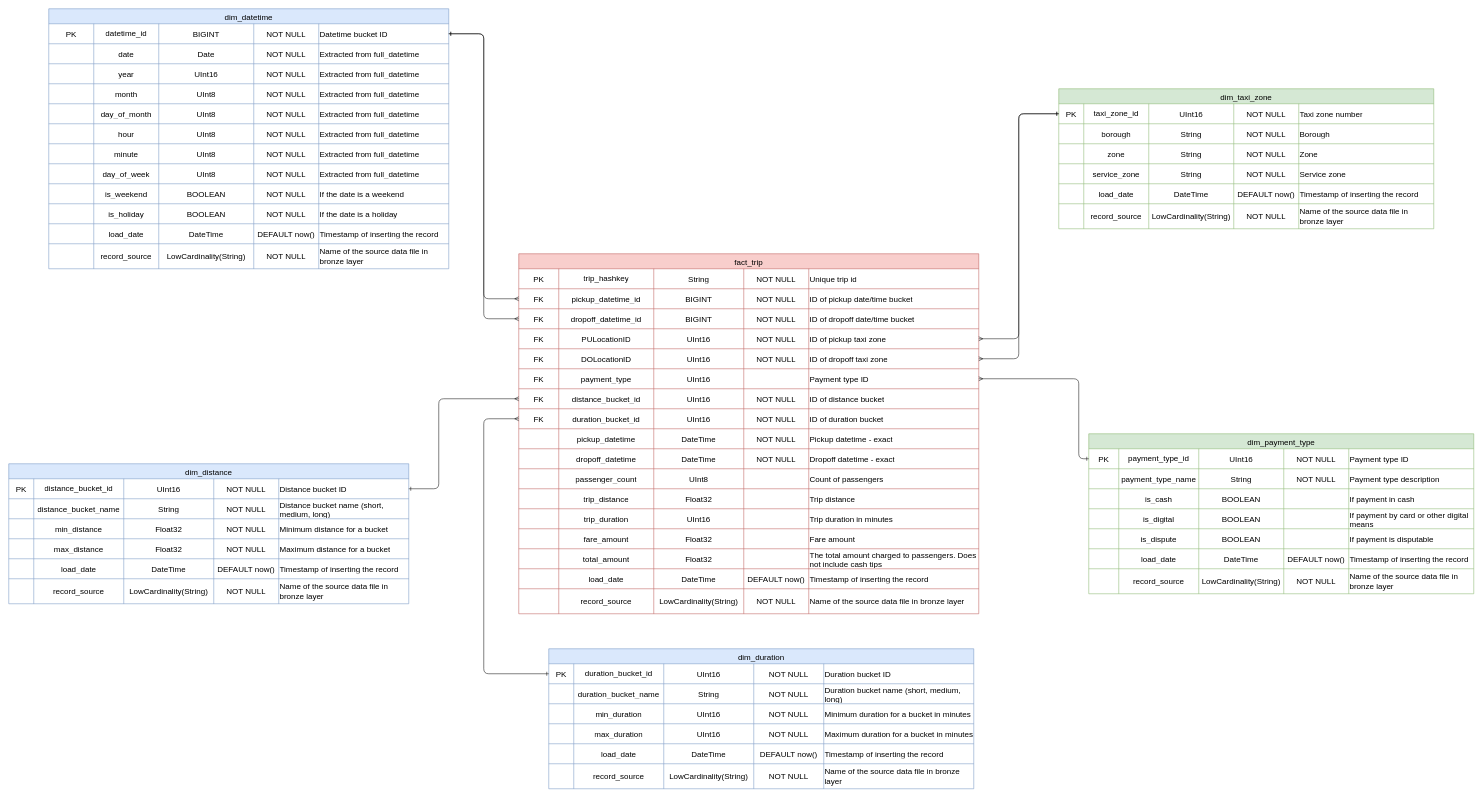
Earlier version of the draw.io diagram docs/Golden layer schema.drawio (gorenoyd/data-engineer-final). Source tidied: cells renumbered, new cells numbered last; positions are measured from the earlier drawing's top-left corner, leaving out a move shared by most shapes. Both pictures are drawn from the tidied source at 50%, with x=0, y=0 at pixel (8, 8).
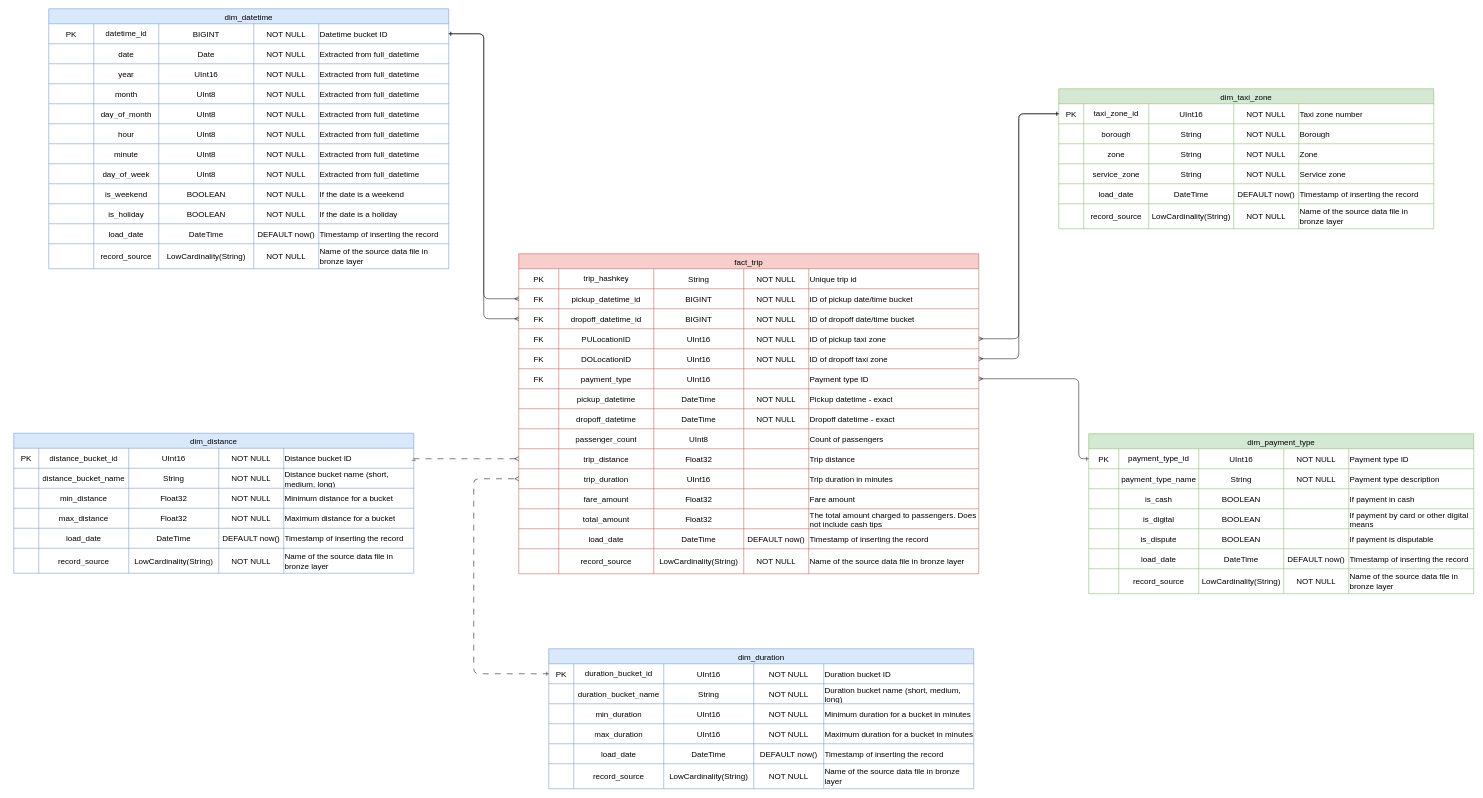
The same diagram, later.

Unchanged cells that the change refers to:
```xml
<mxCell id="186" style="shape=tableRow;horizontal=0;startSize=0;swimlaneHead=0;swimlaneBody=0;strokeColor=inherit;top=0;left=0;bottom=0;right=0;fillColor=none;points=[[0,0.5],[1,0.5]];portConstraint=eastwest;fontSize=16;" parent="185" vertex="1">
  <mxGeometry y="30" width="800" height="40" as="geometry" />
</mxCell>
<mxCell id="223" style="shape=tableRow;horizontal=0;startSize=0;swimlaneHead=0;swimlaneBody=0;strokeColor=inherit;top=0;left=0;bottom=0;right=0;fillColor=none;points=[[0,0.5],[1,0.5]];portConstraint=eastwest;fontSize=16;" parent="222" vertex="1">
  <mxGeometry y="30" width="850" height="40" as="geometry" />
</mxCell>
```

Change to the diagram source:
```diff
@@
     <mxCell id="2" value="fact_trip" style="shape=table;startSize=30;childLayout=tableLayout;strokeColor=#b85450;fontSize=16;fillColor=#f8cecc;" parent="1" vertex="1">
-      <mxGeometry x="1020" y="490" width="920" height="720" as="geometry" />
+      <mxGeometry x="1020" y="490" width="920" height="640" as="geometry" />
     </mxCell>
@@
-    <mxCell id="39" style="shape=tableRow;horizontal=0;startSize=0;swimlaneHead=0;swimlaneBody=0;strokeColor=inherit;top=0;left=0;bottom=0;right=0;fillColor=none;points=[[0,0.5],[1,0.5]];portConstraint=eastwest;fontSize=16;" parent="2" vertex="1">
-      <mxGeometry y="270" width="920" height="40" as="geometry" />
-    </mxCell>
-    <mxCell id="40" value="FK" style="shape=partialRectangle;html=1;whiteSpace=wrap;strokeColor=inherit;overflow=hidden;fillColor=none;top=0;left=0;bottom=0;right=0;fontSize=16;" parent="39" vertex="1">
-      <mxGeometry width="80" height="40" as="geometry" />
-    </mxCell>
-    <mxCell id="41" value="distance_bucket_id" style="shape=partialRectangle;html=1;whiteSpace=wrap;strokeColor=inherit;overflow=hidden;fillColor=none;top=0;left=0;bottom=0;right=0;fontSize=16;" parent="39" vertex="1">
-      <mxGeometry x="80" width="190" height="40" as="geometry" />
-    </mxCell>
-    <mxCell id="42" value="UInt16" style="shape=partialRectangle;html=1;whiteSpace=wrap;strokeColor=inherit;overflow=hidden;fillColor=none;top=0;left=0;bottom=0;right=0;fontSize=16;" parent="39" vertex="1">
-      <mxGeometry x="270" width="180" height="40" as="geometry" />
-    </mxCell>
-    <mxCell id="43" value="NOT NULL" style="shape=partialRectangle;html=1;whiteSpace=wrap;strokeColor=inherit;overflow=hidden;fillColor=none;top=0;left=0;bottom=0;right=0;fontSize=16;" parent="39" vertex="1">
-      <mxGeometry x="450" width="130" height="40" as="geometry" />
-    </mxCell>
-    <mxCell id="44" value="ID of distance bucket" style="shape=partialRectangle;html=1;whiteSpace=wrap;strokeColor=inherit;overflow=hidden;fillColor=none;top=0;left=0;bottom=0;right=0;fontSize=16;flipH=1;align=left;" parent="39" vertex="1">
-      <mxGeometry x="580" width="340" height="40" as="geometry" />
-    </mxCell>
-    <mxCell id="45" style="shape=tableRow;horizontal=0;startSize=0;swimlaneHead=0;swimlaneBody=0;strokeColor=inherit;top=0;left=0;bottom=0;right=0;fillColor=none;points=[[0,0.5],[1,0.5]];portConstraint=eastwest;fontSize=16;" parent="2" vertex="1">
-      <mxGeometry y="310" width="920" height="40" as="geometry" />
-    </mxCell>
-    <mxCell id="46" value="FK" style="shape=partialRectangle;html=1;whiteSpace=wrap;strokeColor=inherit;overflow=hidden;fillColor=none;top=0;left=0;bottom=0;right=0;fontSize=16;" parent="45" vertex="1">
-      <mxGeometry width="80" height="40" as="geometry" />
-    </mxCell>
-    <mxCell id="47" value="duration_bucket_id" style="shape=partialRectangle;html=1;whiteSpace=wrap;strokeColor=inherit;overflow=hidden;fillColor=none;top=0;left=0;bottom=0;right=0;fontSize=16;" parent="45" vertex="1">
-      <mxGeometry x="80" width="190" height="40" as="geometry" />
-    </mxCell>
-    <mxCell id="48" value="UInt16" style="shape=partialRectangle;html=1;whiteSpace=wrap;strokeColor=inherit;overflow=hidden;fillColor=none;top=0;left=0;bottom=0;right=0;fontSize=16;" parent="45" vertex="1">
-      <mxGeometry x="270" width="180" height="40" as="geometry" />
-    </mxCell>
-    <mxCell id="49" value="NOT NULL" style="shape=partialRectangle;html=1;whiteSpace=wrap;strokeColor=inherit;overflow=hidden;fillColor=none;top=0;left=0;bottom=0;right=0;fontSize=16;" parent="45" vertex="1">
-      <mxGeometry x="450" width="130" height="40" as="geometry" />
-    </mxCell>
-    <mxCell id="50" value="ID of duration bucket" style="shape=partialRectangle;html=1;whiteSpace=wrap;strokeColor=inherit;overflow=hidden;fillColor=none;top=0;left=0;bottom=0;right=0;fontSize=16;flipH=1;align=left;" parent="45" vertex="1">
-      <mxGeometry x="580" width="340" height="40" as="geometry" />
-    </mxCell>
     <mxCell id="51" style="shape=tableRow;horizontal=0;startSize=0;swimlaneHead=0;swimlaneBody=0;strokeColor=inherit;top=0;left=0;bottom=0;right=0;fillColor=none;fontSize=16;" parent="2" vertex="1">
-      <mxGeometry y="350" width="920" height="40" as="geometry" />
+      <mxGeometry y="270" width="920" height="40" as="geometry" />
     </mxCell>
@@
     <mxCell id="57" style="shape=tableRow;horizontal=0;startSize=0;swimlaneHead=0;swimlaneBody=0;strokeColor=inherit;top=0;left=0;bottom=0;right=0;fillColor=none;fontSize=16;" parent="2" vertex="1">
-      <mxGeometry y="390" width="920" height="40" as="geometry" />
+      <mxGeometry y="310" width="920" height="40" as="geometry" />
     </mxCell>
@@
     <mxCell id="63" style="shape=tableRow;horizontal=0;startSize=0;swimlaneHead=0;swimlaneBody=0;strokeColor=inherit;top=0;left=0;bottom=0;right=0;fillColor=none;fontSize=16;" parent="2" vertex="1">
-      <mxGeometry y="430" width="920" height="40" as="geometry" />
+      <mxGeometry y="350" width="920" height="40" as="geometry" />
     </mxCell>
@@
     <mxCell id="69" style="shape=tableRow;horizontal=0;startSize=0;swimlaneHead=0;swimlaneBody=0;strokeColor=inherit;top=0;left=0;bottom=0;right=0;fillColor=none;points=[[0,0.5],[1,0.5]];portConstraint=eastwest;fontSize=16;" parent="2" vertex="1">
-      <mxGeometry y="470" width="920" height="40" as="geometry" />
+      <mxGeometry y="390" width="920" height="40" as="geometry" />
     </mxCell>
@@
     <mxCell id="75" style="shape=tableRow;horizontal=0;startSize=0;swimlaneHead=0;swimlaneBody=0;strokeColor=inherit;top=0;left=0;bottom=0;right=0;fillColor=none;points=[[0,0.5],[1,0.5]];portConstraint=eastwest;fontSize=16;" parent="2" vertex="1">
-      <mxGeometry y="510" width="920" height="40" as="geometry" />
+      <mxGeometry y="430" width="920" height="40" as="geometry" />
     </mxCell>
@@
     <mxCell id="81" style="shape=tableRow;horizontal=0;startSize=0;swimlaneHead=0;swimlaneBody=0;strokeColor=inherit;top=0;left=0;bottom=0;right=0;fillColor=none;fontSize=16;" parent="2" vertex="1">
-      <mxGeometry y="550" width="920" height="40" as="geometry" />
+      <mxGeometry y="470" width="920" height="40" as="geometry" />
     </mxCell>
@@
     <mxCell id="87" style="shape=tableRow;horizontal=0;startSize=0;swimlaneHead=0;swimlaneBody=0;strokeColor=inherit;top=0;left=0;bottom=0;right=0;fillColor=none;fontSize=16;" parent="2" vertex="1">
-      <mxGeometry y="590" width="920" height="40" as="geometry" />
+      <mxGeometry y="510" width="920" height="40" as="geometry" />
     </mxCell>
@@
     <mxCell id="93" style="shape=tableRow;horizontal=0;startSize=0;swimlaneHead=0;swimlaneBody=0;strokeColor=inherit;top=0;left=0;bottom=0;right=0;fillColor=none;fontSize=16;" parent="2" vertex="1">
-      <mxGeometry y="630" width="920" height="40" as="geometry" />
+      <mxGeometry y="550" width="920" height="40" as="geometry" />
     </mxCell>
@@
     <mxCell id="99" style="shape=tableRow;horizontal=0;startSize=0;swimlaneHead=0;swimlaneBody=0;strokeColor=inherit;top=0;left=0;bottom=0;right=0;fillColor=none;fontSize=16;" parent="2" vertex="1">
-      <mxGeometry y="670" width="920" height="50" as="geometry" />
+      <mxGeometry y="590" width="920" height="50" as="geometry" />
     </mxCell>
@@
     <mxCell id="185" value="dim_distance" style="shape=table;startSize=30;childLayout=tableLayout;strokeColor=#6c8ebf;fontSize=16;fillColor=#dae8fc;" parent="1" vertex="1">
-      <mxGeometry y="910" width="800" height="280" as="geometry" />
+      <mxGeometry x="10" y="849" width="800" height="280" as="geometry" />
     </mxCell>
@@
-    <mxCell id="337" style="endArrow=ERmany;html=1;rounded=1;entryX=0;entryY=0.5;entryDx=0;entryDy=0;exitX=1;exitY=0.5;exitDx=0;exitDy=0;edgeStyle=orthogonalEdgeStyle;startArrow=ERone;startFill=0;endFill=0;" parent="1" edge="1" source="186" target="39">
+    <mxCell id="337" style="endArrow=ERmany;html=1;rounded=1;entryX=0;entryY=0.5;entryDx=0;entryDy=0;exitX=1;exitY=0.5;exitDx=0;exitDy=0;edgeStyle=orthogonalEdgeStyle;startArrow=ERone;startFill=0;endFill=0;dashed=1;dashPattern=12 12;" parent="1" edge="1" source="186" target="69">
       <mxGeometry relative="1" as="geometry">
         <Array as="points">
-          <mxPoint x="860" y="960" />
-          <mxPoint x="860" y="780" />
+          <mxPoint x="810" y="900" />
         </Array>
       </mxGeometry>
     </mxCell>
-    <mxCell id="338" style="endArrow=ERmany;html=1;rounded=1;entryX=0;entryY=0.5;entryDx=0;entryDy=0;exitX=0;exitY=0.5;exitDx=0;exitDy=0;edgeStyle=orthogonalEdgeStyle;curved=0;startArrow=ERone;startFill=0;endFill=0;" parent="1" edge="1" source="223" target="45">
+    <mxCell id="338" style="endArrow=ERmany;html=1;rounded=1;exitX=0;exitY=0.5;exitDx=0;exitDy=0;edgeStyle=orthogonalEdgeStyle;curved=0;startArrow=ERone;startFill=0;endFill=0;dashed=1;dashPattern=12 12;entryX=0;entryY=0.5;entryDx=0;entryDy=0;" parent="1" edge="1" source="223" target="75">
       <mxGeometry relative="1" as="geometry">
         <Array as="points">
-          <mxPoint x="950" y="1330" />
-          <mxPoint x="950" y="820" />
+          <mxPoint x="930" y="1330" />
+          <mxPoint x="930" y="940" />
         </Array>
       </mxGeometry>
     </mxCell>
```
